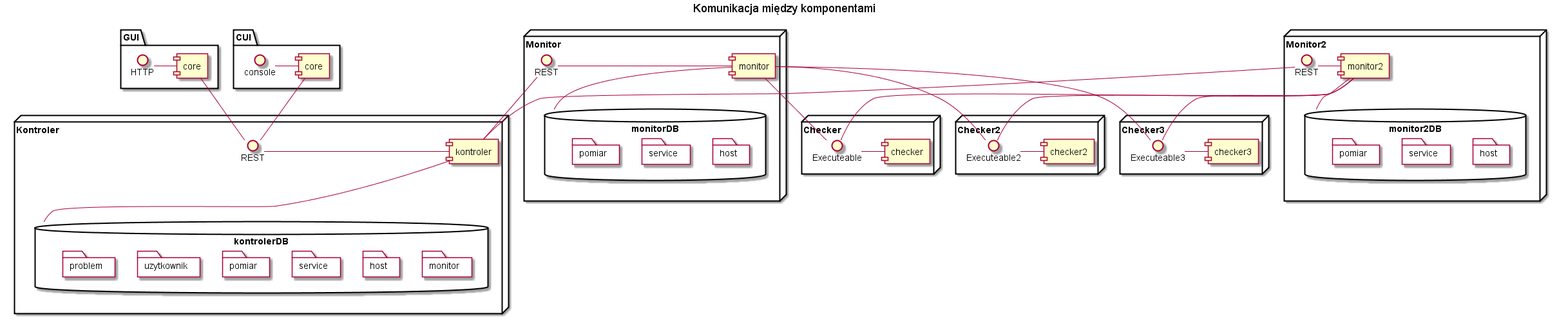
This is docs/component.png from torgiren/dist-mon, a PlantUML export, as it was before one commit. Source of this version:
```plantuml
@startuml
title Komunikacja miêdzy komponentami
package "GUI" {
	[core] as GUICore
	HTTP - GUICore
}
package "CUI" {
	[core] as CUICore
	console - CUICore
}


node "Kontroler" {
	[kontroler]
	interface REST as kontroler_REST
	database "kontrolerDB" {
		folder "monitor" {
		}
		folder "host" {
		}
		folder "service" {
		}
		folder "pomiar" {
		}
		folder "uzytkownik" {
		}
		folder "problem" {
		}
	}
	kontroler_REST - [kontroler]
	[GUICore] - kontroler_REST
	[CUICore] - kontroler_REST
	kontroler - kontrolerDB
}
node "Monitor" {
	database "monitorDB" {
		folder "host" as monitorHost {
		}
		folder "service" as monitorService{
		}
		folder "pomiar" as monitorPomiar {
		}
	}
	[monitor]
	interface REST as monitor_REST

	monitor_REST - [monitor]
    monitor_REST - [kontroler]
	[monitor] - monitorDB
}
node "Monitor2" {
	database "monitor2DB" {
		folder "host" as monitor2Host {
		}
		folder "service" as monitor2Service{
		}
		folder "pomiar" as monitor2Pomiar {
		}
	}
	[monitor2]
	interface REST as monitor2_REST

	monitor2_REST - [monitor2]
    monitor2_REST - [kontroler]
	[monitor2] - monitor2DB
}

node "Checker" {
	interface Executeable
	Executeable - [checker]
	[monitor] - [Executeable]
	[monitor2] - [Executeable]
}
node "Checker2" {
	interface Executeable2
	Executeable2 - [checker2]
	[monitor] - [Executeable2]
	[monitor2] - [Executeable2]
}
node "Checker3" {
	interface Executeable3
	Executeable3 - [checker3]
	[monitor] - [Executeable3]
	[monitor2] - [Executeable3]
}


@enduml
```
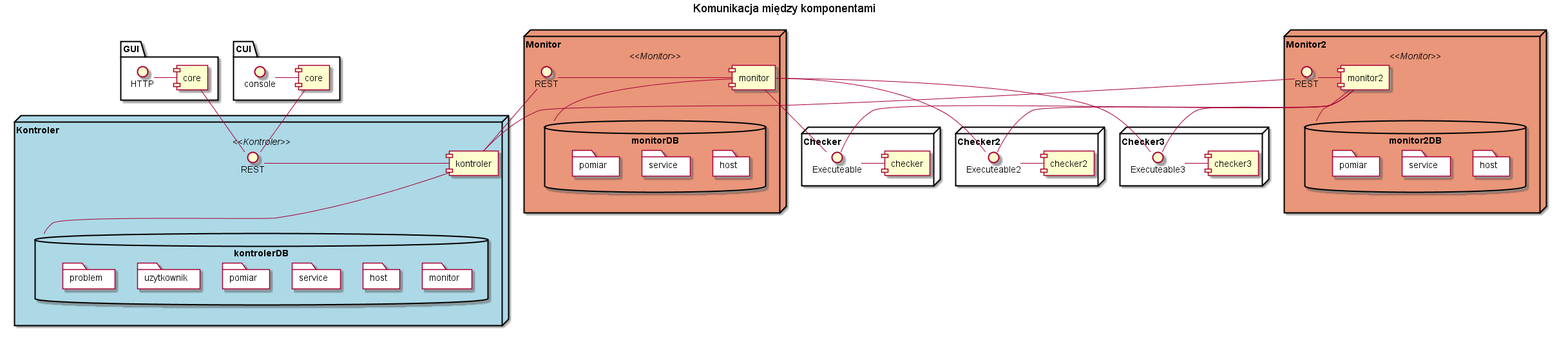
Above is the later version.

Commit message:
dodane kolorki :P

Diff of the diagram source:
```diff
@@ -1,5 +1,11 @@
 @startuml
 title Komunikacja miêdzy komponentami
+
+skinparam node {
+	backgroundColor<<Kontroler>> #LightBlue
+	backgroundColor<<Monitor>> #DarkSalmon
+}
+
 package "GUI" {
 	[core] as GUICore
 	HTTP - GUICore
@@ -10,7 +16,7 @@
 }
 
 
-node "Kontroler" {
+node "Kontroler" <<Kontroler>>{
 	[kontroler]
 	interface REST as kontroler_REST
 	database "kontrolerDB" {
@@ -32,7 +38,7 @@
 	[CUICore] - kontroler_REST
 	kontroler - kontrolerDB
 }
-node "Monitor" {
+node "Monitor" <<Monitor>>{
 	database "monitorDB" {
 		folder "host" as monitorHost {
 		}
@@ -48,7 +54,7 @@
     monitor_REST - [kontroler]
 	[monitor] - monitorDB
 }
-node "Monitor2" {
+node "Monitor2" <<Monitor>>{
 	database "monitor2DB" {
 		folder "host" as monitor2Host {
 		}
```
